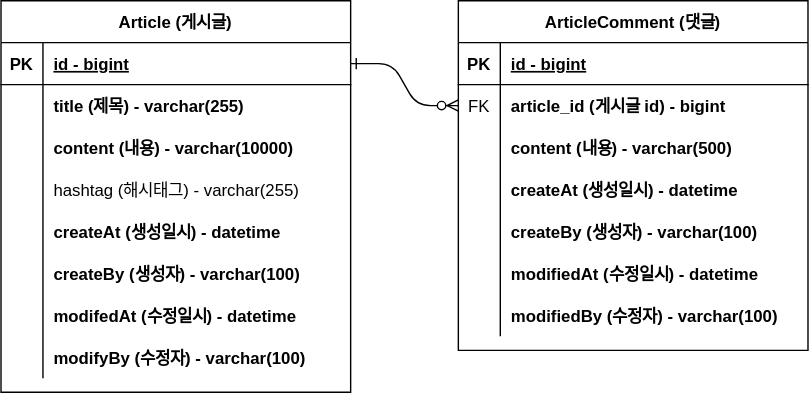
Before: document/project-board-erd.svg, a diagram exported from draw.io (mdgome/fastcampus-board-project). Source tidied: cells renumbered, new cells last; positions are measured from the earlier drawing's top-left corner, leaving out a move shared by most shapes.
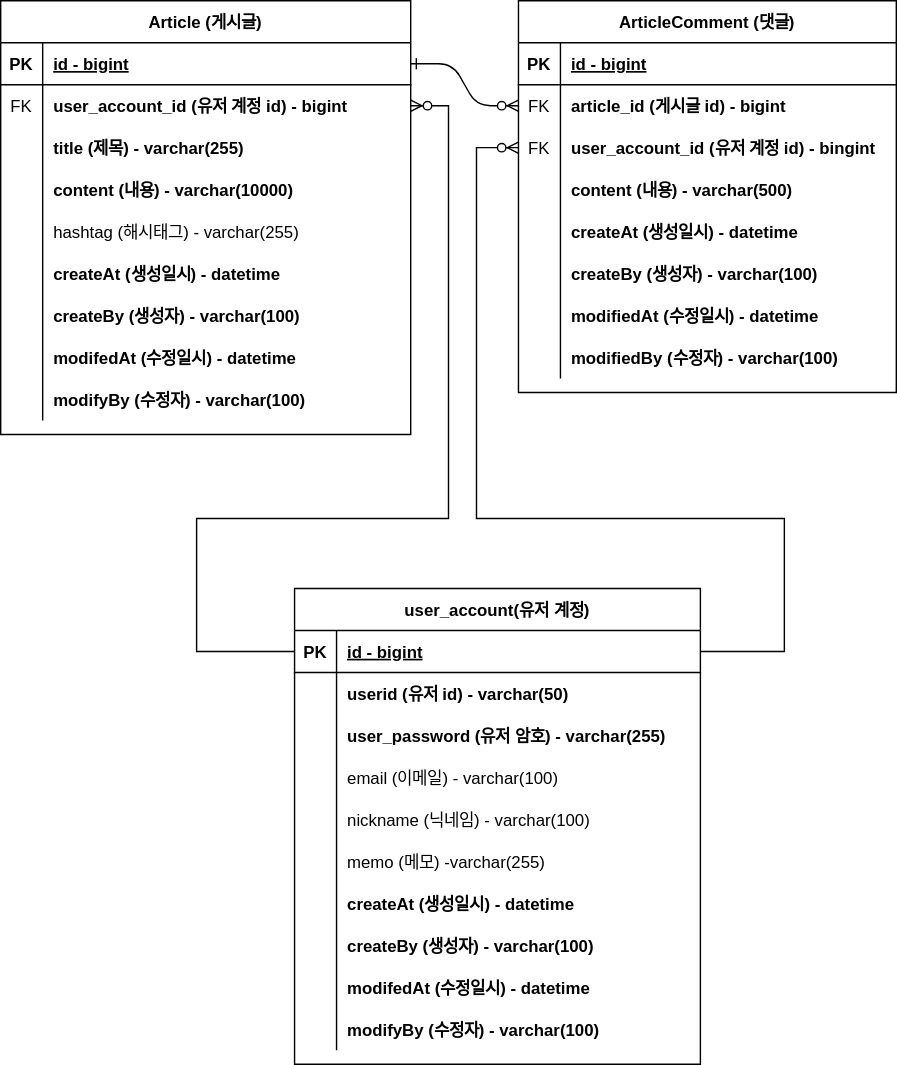
The same diagram one commit later.

Commit message:
ERD: user 정보 업데이트

What changed in the source:
```diff
@@ -8,6 +8,6 @@
     <mxCell id="3" value="ArticleComment (댓글)" style="shape=table;startSize=30;rowLines=0;fontStyle=1;align=center;" parent="1" vertex="1">
-      <mxGeometry x="327" width="250" height="250" as="geometry" />
+      <mxGeometry x="327" width="270" height="280" as="geometry" />
     </mxCell>
     <mxCell id="4" style="shape=partialRectangle;fillColor=none;top=0;left=0;right=0;bottom=1;" parent="3" vertex="1">
-      <mxGeometry y="30" width="250" height="30" as="geometry" />
+      <mxGeometry y="30" width="270" height="30" as="geometry" />
     </mxCell>
@@ -17,6 +17,6 @@
     <mxCell id="6" value="id - bigint" style="shape=partialRectangle;overflow=hidden;fillColor=none;top=0;left=0;bottom=0;right=0;align=left;spacingLeft=6;fontStyle=5;" parent="4" vertex="1">
-      <mxGeometry x="30" width="220" height="30" as="geometry" />
+      <mxGeometry x="30" width="240" height="30" as="geometry" />
     </mxCell>
     <mxCell id="7" style="shape=partialRectangle;fillColor=none;points=[[0,0.5],[1,0.5]];portConstraint=eastwest;top=0;left=0;right=0;bottom=0;" parent="3" vertex="1">
-      <mxGeometry y="60" width="250" height="30" as="geometry" />
+      <mxGeometry y="60" width="270" height="30" as="geometry" />
     </mxCell>
@@ -26,6 +26,15 @@
     <mxCell id="9" value="article_id (게시글 id) - bigint" style="shape=partialRectangle;overflow=hidden;fillColor=none;top=0;left=0;bottom=0;right=0;align=left;spacingLeft=6;fontStyle=1;" parent="7" vertex="1">
-      <mxGeometry x="30" width="220" height="30" as="geometry" />
+      <mxGeometry x="30" width="240" height="30" as="geometry" />
     </mxCell>
+    <mxCell id="50" style="shape=partialRectangle;fillColor=none;points=[[0,0.5],[1,0.5]];portConstraint=eastwest;top=0;left=0;right=0;bottom=0;" parent="3" vertex="1">
+      <mxGeometry y="90" width="270" height="30" as="geometry" />
+    </mxCell>
+    <mxCell id="51" value="FK" style="shape=partialRectangle;overflow=hidden;fillColor=none;top=0;left=0;bottom=0;right=0;" parent="50" vertex="1">
+      <mxGeometry width="30" height="30" as="geometry" />
+    </mxCell>
+    <mxCell id="52" value="user_account_id (유저 계정 id) - bingint" style="shape=partialRectangle;overflow=hidden;fillColor=none;top=0;left=0;bottom=0;right=0;align=left;spacingLeft=6;fontStyle=1;" parent="50" vertex="1">
+      <mxGeometry x="30" width="240" height="30" as="geometry" />
+    </mxCell>
     <mxCell id="10" style="shape=partialRectangle;fillColor=none;top=0;left=0;right=0;bottom=0;" parent="3" vertex="1">
-      <mxGeometry y="90" width="250" height="30" as="geometry" />
+      <mxGeometry y="120" width="270" height="30" as="geometry" />
     </mxCell>
@@ -35,6 +44,6 @@
     <mxCell id="12" value="content (내용) - varchar(500)" style="shape=partialRectangle;overflow=hidden;fillColor=none;top=0;left=0;bottom=0;right=0;align=left;spacingLeft=6;fontStyle=1;" parent="10" vertex="1">
-      <mxGeometry x="30" width="220" height="30" as="geometry" />
+      <mxGeometry x="30" width="240" height="30" as="geometry" />
     </mxCell>
     <mxCell id="13" style="shape=partialRectangle;fillColor=none;top=0;left=0;right=0;bottom=0;" parent="3" vertex="1">
-      <mxGeometry y="120" width="250" height="30" as="geometry" />
+      <mxGeometry y="150" width="270" height="30" as="geometry" />
     </mxCell>
@@ -44,6 +53,6 @@
     <mxCell id="15" value="createAt (생성일시) - datetime" style="shape=partialRectangle;overflow=hidden;fillColor=none;top=0;left=0;bottom=0;right=0;align=left;spacingLeft=6;fontStyle=1;" parent="13" vertex="1">
-      <mxGeometry x="30" width="220" height="30" as="geometry" />
+      <mxGeometry x="30" width="240" height="30" as="geometry" />
     </mxCell>
     <mxCell id="16" style="shape=partialRectangle;fillColor=none;top=0;left=0;right=0;bottom=0;" parent="3" vertex="1">
-      <mxGeometry y="150" width="250" height="30" as="geometry" />
+      <mxGeometry y="180" width="270" height="30" as="geometry" />
     </mxCell>
@@ -53,6 +62,6 @@
     <mxCell id="18" value="createBy (생성자) - varchar(100)" style="shape=partialRectangle;overflow=hidden;fillColor=none;top=0;left=0;bottom=0;right=0;align=left;spacingLeft=6;fontStyle=1;" parent="16" vertex="1">
-      <mxGeometry x="30" width="220" height="30" as="geometry" />
+      <mxGeometry x="30" width="240" height="30" as="geometry" />
     </mxCell>
     <mxCell id="19" style="shape=partialRectangle;fillColor=none;top=0;left=0;right=0;bottom=0;" parent="3" vertex="1">
-      <mxGeometry y="180" width="250" height="30" as="geometry" />
+      <mxGeometry y="210" width="270" height="30" as="geometry" />
     </mxCell>
@@ -62,6 +71,6 @@
     <mxCell id="21" value="modifiedAt (수정일시) - datetime" style="shape=partialRectangle;overflow=hidden;fillColor=none;top=0;left=0;bottom=0;right=0;align=left;spacingLeft=6;fontStyle=1;" parent="19" vertex="1">
-      <mxGeometry x="30" width="220" height="30" as="geometry" />
+      <mxGeometry x="30" width="240" height="30" as="geometry" />
     </mxCell>
     <mxCell id="22" style="shape=partialRectangle;fillColor=none;top=0;left=0;right=0;bottom=0;" parent="3" vertex="1">
-      <mxGeometry y="210" width="250" height="30" as="geometry" />
+      <mxGeometry y="240" width="270" height="30" as="geometry" />
     </mxCell>
@@ -71,9 +80,9 @@
     <mxCell id="24" value="modifiedBy (수정자) - varchar(100)" style="shape=partialRectangle;overflow=hidden;fillColor=none;top=0;left=0;bottom=0;right=0;align=left;spacingLeft=6;fontStyle=1;" parent="22" vertex="1">
-      <mxGeometry x="30" width="220" height="30" as="geometry" />
+      <mxGeometry x="30" width="240" height="30" as="geometry" />
     </mxCell>
     <mxCell id="25" value="Article (게시글)" style="shape=table;startSize=30;rowLines=0;fontStyle=1;align=center;" parent="1" vertex="1">
-      <mxGeometry width="250" height="280" as="geometry" />
+      <mxGeometry x="-43" width="293" height="310" as="geometry" />
     </mxCell>
     <mxCell id="26" style="shape=partialRectangle;fillColor=none;points=[[0,0.5],[1,0.5]];portConstraint=eastwest;top=0;left=0;right=0;bottom=1;" parent="25" vertex="1">
-      <mxGeometry y="30" width="250" height="30" as="geometry" />
+      <mxGeometry y="30" width="293" height="30" as="geometry" />
     </mxCell>
@@ -83,15 +92,24 @@
     <mxCell id="28" value="id - bigint" style="shape=partialRectangle;overflow=hidden;fillColor=none;top=0;left=0;bottom=0;right=0;align=left;spacingLeft=6;fontStyle=5;" parent="26" vertex="1">
-      <mxGeometry x="30" width="220" height="30" as="geometry" />
+      <mxGeometry x="30" width="263" height="30" as="geometry" />
     </mxCell>
     <mxCell id="29" style="shape=partialRectangle;fillColor=none;points=[[0,0.5],[1,0.5]];portConstraint=eastwest;top=0;left=0;right=0;bottom=0;" parent="25" vertex="1">
-      <mxGeometry y="60" width="250" height="30" as="geometry" />
+      <mxGeometry y="60" width="293" height="30" as="geometry" />
     </mxCell>
-    <mxCell id="30" style="shape=partialRectangle;overflow=hidden;fillColor=none;top=0;left=0;bottom=0;right=0;" parent="29" vertex="1">
+    <mxCell id="30" value="FK" style="shape=partialRectangle;overflow=hidden;fillColor=none;top=0;left=0;bottom=0;right=0;" parent="29" vertex="1">
       <mxGeometry width="30" height="30" as="geometry" />
     </mxCell>
-    <mxCell id="31" value="title (제목) - varchar(255)" style="shape=partialRectangle;overflow=hidden;fillColor=none;top=0;left=0;bottom=0;right=0;align=left;spacingLeft=6;fontStyle=1;" parent="29" vertex="1">
-      <mxGeometry x="30" width="220" height="30" as="geometry" />
+    <mxCell id="31" value="user_account_id (유저 계정 id) - bigint" style="shape=partialRectangle;overflow=hidden;fillColor=none;top=0;left=0;bottom=0;right=0;align=left;spacingLeft=6;fontStyle=1;" parent="29" vertex="1">
+      <mxGeometry x="30" width="263" height="30" as="geometry" />
     </mxCell>
+    <mxCell id="53" style="shape=partialRectangle;fillColor=none;top=0;left=0;right=0;bottom=0;" parent="25" vertex="1">
+      <mxGeometry y="90" width="293" height="30" as="geometry" />
+    </mxCell>
+    <mxCell id="54" style="shape=partialRectangle;overflow=hidden;fillColor=none;top=0;left=0;bottom=0;right=0;" parent="53" vertex="1">
+      <mxGeometry width="30" height="30" as="geometry" />
+    </mxCell>
+    <mxCell id="55" value="title (제목) - varchar(255)" style="shape=partialRectangle;overflow=hidden;fillColor=none;top=0;left=0;bottom=0;right=0;align=left;spacingLeft=6;fontStyle=1;" parent="53" vertex="1">
+      <mxGeometry x="30" width="263" height="30" as="geometry" />
+    </mxCell>
     <mxCell id="32" style="shape=partialRectangle;fillColor=none;top=0;left=0;right=0;bottom=0;" parent="25" vertex="1">
-      <mxGeometry y="90" width="250" height="30" as="geometry" />
+      <mxGeometry y="120" width="293" height="30" as="geometry" />
     </mxCell>
@@ -101,6 +119,6 @@
     <mxCell id="34" value="content (내용) - varchar(10000)" style="shape=partialRectangle;overflow=hidden;fillColor=none;top=0;left=0;bottom=0;right=0;align=left;spacingLeft=6;fontStyle=1;" parent="32" vertex="1">
-      <mxGeometry x="30" width="220" height="30" as="geometry" />
+      <mxGeometry x="30" width="263" height="30" as="geometry" />
     </mxCell>
     <mxCell id="35" style="shape=partialRectangle;fillColor=none;top=0;left=0;right=0;bottom=0;" parent="25" vertex="1">
-      <mxGeometry y="120" width="250" height="30" as="geometry" />
+      <mxGeometry y="150" width="293" height="30" as="geometry" />
     </mxCell>
@@ -110,6 +128,6 @@
     <mxCell id="37" value="hashtag (해시태그) - varchar(255)" style="shape=partialRectangle;overflow=hidden;fillColor=none;top=0;left=0;bottom=0;right=0;align=left;spacingLeft=6;" parent="35" vertex="1">
-      <mxGeometry x="30" width="220" height="30" as="geometry" />
+      <mxGeometry x="30" width="263" height="30" as="geometry" />
     </mxCell>
     <mxCell id="38" style="shape=partialRectangle;fillColor=none;top=0;left=0;right=0;bottom=0;" parent="25" vertex="1">
-      <mxGeometry y="150" width="250" height="30" as="geometry" />
+      <mxGeometry y="180" width="293" height="30" as="geometry" />
     </mxCell>
@@ -119,6 +137,6 @@
     <mxCell id="40" value="createAt (생성일시) - datetime" style="shape=partialRectangle;overflow=hidden;fillColor=none;top=0;left=0;bottom=0;right=0;align=left;spacingLeft=6;fontStyle=1;" parent="38" vertex="1">
-      <mxGeometry x="30" width="220" height="30" as="geometry" />
+      <mxGeometry x="30" width="263" height="30" as="geometry" />
     </mxCell>
     <mxCell id="41" style="shape=partialRectangle;fillColor=none;top=0;left=0;right=0;bottom=0;" parent="25" vertex="1">
-      <mxGeometry y="180" width="250" height="30" as="geometry" />
+      <mxGeometry y="210" width="293" height="30" as="geometry" />
     </mxCell>
@@ -128,6 +146,6 @@
     <mxCell id="43" value="createBy (생성자) - varchar(100)" style="shape=partialRectangle;overflow=hidden;fillColor=none;top=0;left=0;bottom=0;right=0;align=left;spacingLeft=6;fontStyle=1;" parent="41" vertex="1">
-      <mxGeometry x="30" width="220" height="30" as="geometry" />
+      <mxGeometry x="30" width="263" height="30" as="geometry" />
     </mxCell>
     <mxCell id="44" style="shape=partialRectangle;fillColor=none;top=0;left=0;right=0;bottom=0;" parent="25" vertex="1">
-      <mxGeometry y="210" width="250" height="30" as="geometry" />
+      <mxGeometry y="240" width="293" height="30" as="geometry" />
     </mxCell>
@@ -137,6 +155,6 @@
     <mxCell id="46" value="modifedAt (수정일시) - datetime" style="shape=partialRectangle;overflow=hidden;fillColor=none;top=0;left=0;bottom=0;right=0;align=left;spacingLeft=6;fontStyle=1;" parent="44" vertex="1">
-      <mxGeometry x="30" width="220" height="30" as="geometry" />
+      <mxGeometry x="30" width="263" height="30" as="geometry" />
     </mxCell>
     <mxCell id="47" style="shape=partialRectangle;fillColor=none;top=0;left=0;right=0;bottom=0;" parent="25" vertex="1">
-      <mxGeometry y="240" width="250" height="30" as="geometry" />
+      <mxGeometry y="270" width="293" height="30" as="geometry" />
     </mxCell>
@@ -146,4 +164,117 @@
     <mxCell id="49" value="modifyBy (수정자) - varchar(100)" style="shape=partialRectangle;overflow=hidden;fillColor=none;top=0;left=0;bottom=0;right=0;align=left;spacingLeft=6;fontStyle=1;" parent="47" vertex="1">
-      <mxGeometry x="30" width="220" height="30" as="geometry" />
+      <mxGeometry x="30" width="263" height="30" as="geometry" />
     </mxCell>
+    <mxCell id="56" value="user_account(유저 계정)" style="shape=table;startSize=30;rowLines=0;fontStyle=1;align=center;" parent="1" vertex="1">
+      <mxGeometry x="167" y="420" width="290" height="340" as="geometry" />
+    </mxCell>
+    <mxCell id="57" style="shape=partialRectangle;fillColor=none;points=[[0,0.5],[1,0.5]];portConstraint=eastwest;top=0;left=0;right=0;bottom=1;" parent="56" vertex="1">
+      <mxGeometry y="30" width="290" height="30" as="geometry" />
+    </mxCell>
+    <mxCell id="58" value="PK" style="shape=partialRectangle;overflow=hidden;fillColor=none;top=0;left=0;bottom=0;right=0;fontStyle=1;" parent="57" vertex="1">
+      <mxGeometry width="30" height="30" as="geometry" />
+    </mxCell>
+    <mxCell id="59" value="id - bigint" style="shape=partialRectangle;overflow=hidden;fillColor=none;top=0;left=0;bottom=0;right=0;align=left;spacingLeft=6;fontStyle=5;" parent="57" vertex="1">
+      <mxGeometry x="30" width="260" height="30" as="geometry" />
+    </mxCell>
+    <mxCell id="60" style="shape=partialRectangle;fillColor=none;top=0;left=0;right=0;bottom=0;" parent="56" vertex="1">
+      <mxGeometry y="60" width="290" height="30" as="geometry" />
+    </mxCell>
+    <mxCell id="61" style="shape=partialRectangle;overflow=hidden;fillColor=none;top=0;left=0;bottom=0;right=0;" parent="60" vertex="1">
+      <mxGeometry width="30" height="30" as="geometry" />
+    </mxCell>
+    <mxCell id="62" value="userid (유저 id) - varchar(50)" style="shape=partialRectangle;overflow=hidden;fillColor=none;top=0;left=0;bottom=0;right=0;align=left;spacingLeft=6;fontStyle=1;" parent="60" vertex="1">
+      <mxGeometry x="30" width="260" height="30" as="geometry" />
+    </mxCell>
+    <mxCell id="63" style="shape=partialRectangle;fillColor=none;top=0;left=0;right=0;bottom=0;" parent="56" vertex="1">
+      <mxGeometry y="90" width="290" height="30" as="geometry" />
+    </mxCell>
+    <mxCell id="64" style="shape=partialRectangle;overflow=hidden;fillColor=none;top=0;left=0;bottom=0;right=0;" parent="63" vertex="1">
+      <mxGeometry width="30" height="30" as="geometry" />
+    </mxCell>
+    <mxCell id="65" value="user_password (유저 암호) - varchar(255)" style="shape=partialRectangle;overflow=hidden;fillColor=none;top=0;left=0;bottom=0;right=0;align=left;spacingLeft=6;fontStyle=1;" parent="63" vertex="1">
+      <mxGeometry x="30" width="260" height="30" as="geometry" />
+    </mxCell>
+    <mxCell id="66" style="shape=partialRectangle;fillColor=none;top=0;left=0;right=0;bottom=0;" parent="56" vertex="1">
+      <mxGeometry y="120" width="290" height="30" as="geometry" />
+    </mxCell>
+    <mxCell id="67" style="shape=partialRectangle;overflow=hidden;fillColor=none;top=0;left=0;bottom=0;right=0;" parent="66" vertex="1">
+      <mxGeometry width="30" height="30" as="geometry" />
+    </mxCell>
+    <mxCell id="68" value="email (이메일) - varchar(100)" style="shape=partialRectangle;overflow=hidden;fillColor=none;top=0;left=0;bottom=0;right=0;align=left;spacingLeft=6;" parent="66" vertex="1">
+      <mxGeometry x="30" width="260" height="30" as="geometry" />
+    </mxCell>
+    <mxCell id="69" style="shape=partialRectangle;fillColor=none;top=0;left=0;right=0;bottom=0;" parent="56" vertex="1">
+      <mxGeometry y="150" width="290" height="30" as="geometry" />
+    </mxCell>
+    <mxCell id="70" style="shape=partialRectangle;overflow=hidden;fillColor=none;top=0;left=0;bottom=0;right=0;" parent="69" vertex="1">
+      <mxGeometry width="30" height="30" as="geometry" />
+    </mxCell>
+    <mxCell id="71" value="nickname (닉네임) - varchar(100)" style="shape=partialRectangle;overflow=hidden;fillColor=none;top=0;left=0;bottom=0;right=0;align=left;spacingLeft=6;" parent="69" vertex="1">
+      <mxGeometry x="30" width="260" height="30" as="geometry" />
+    </mxCell>
+    <mxCell id="72" style="shape=partialRectangle;fillColor=none;top=0;left=0;right=0;bottom=0;" parent="56" vertex="1">
+      <mxGeometry y="180" width="290" height="30" as="geometry" />
+    </mxCell>
+    <mxCell id="73" style="shape=partialRectangle;overflow=hidden;fillColor=none;top=0;left=0;bottom=0;right=0;" parent="72" vertex="1">
+      <mxGeometry width="30" height="30" as="geometry" />
+    </mxCell>
+    <mxCell id="74" value="memo (메모) -varchar(255)" style="shape=partialRectangle;overflow=hidden;fillColor=none;top=0;left=0;bottom=0;right=0;align=left;spacingLeft=6;" parent="72" vertex="1">
+      <mxGeometry x="30" width="260" height="30" as="geometry" />
+    </mxCell>
+    <mxCell id="75" style="shape=partialRectangle;fillColor=none;top=0;left=0;right=0;bottom=0;" parent="56" vertex="1">
+      <mxGeometry y="210" width="290" height="30" as="geometry" />
+    </mxCell>
+    <mxCell id="76" style="shape=partialRectangle;overflow=hidden;fillColor=none;top=0;left=0;bottom=0;right=0;" parent="75" vertex="1">
+      <mxGeometry width="30" height="30" as="geometry" />
+    </mxCell>
+    <mxCell id="77" value="createAt (생성일시) - datetime" style="shape=partialRectangle;overflow=hidden;fillColor=none;top=0;left=0;bottom=0;right=0;align=left;spacingLeft=6;fontStyle=1;" parent="75" vertex="1">
+      <mxGeometry x="30" width="260" height="30" as="geometry" />
+    </mxCell>
+    <mxCell id="78" style="shape=partialRectangle;fillColor=none;top=0;left=0;right=0;bottom=0;" parent="56" vertex="1">
+      <mxGeometry y="240" width="290" height="30" as="geometry" />
+    </mxCell>
+    <mxCell id="79" style="shape=partialRectangle;overflow=hidden;fillColor=none;top=0;left=0;bottom=0;right=0;" parent="78" vertex="1">
+      <mxGeometry width="30" height="30" as="geometry" />
+    </mxCell>
+    <mxCell id="80" value="createBy (생성자) - varchar(100)" style="shape=partialRectangle;overflow=hidden;fillColor=none;top=0;left=0;bottom=0;right=0;align=left;spacingLeft=6;fontStyle=1;" parent="78" vertex="1">
+      <mxGeometry x="30" width="260" height="30" as="geometry" />
+    </mxCell>
+    <mxCell id="81" style="shape=partialRectangle;fillColor=none;top=0;left=0;right=0;bottom=0;" parent="56" vertex="1">
+      <mxGeometry y="270" width="290" height="30" as="geometry" />
+    </mxCell>
+    <mxCell id="82" style="shape=partialRectangle;overflow=hidden;fillColor=none;top=0;left=0;bottom=0;right=0;" parent="81" vertex="1">
+      <mxGeometry width="30" height="30" as="geometry" />
+    </mxCell>
+    <mxCell id="83" value="modifedAt (수정일시) - datetime" style="shape=partialRectangle;overflow=hidden;fillColor=none;top=0;left=0;bottom=0;right=0;align=left;spacingLeft=6;fontStyle=1;" parent="81" vertex="1">
+      <mxGeometry x="30" width="260" height="30" as="geometry" />
+    </mxCell>
+    <mxCell id="84" style="shape=partialRectangle;fillColor=none;top=0;left=0;right=0;bottom=0;" parent="56" vertex="1">
+      <mxGeometry y="300" width="290" height="30" as="geometry" />
+    </mxCell>
+    <mxCell id="85" style="shape=partialRectangle;overflow=hidden;fillColor=none;top=0;left=0;bottom=0;right=0;" parent="84" vertex="1">
+      <mxGeometry width="30" height="30" as="geometry" />
+    </mxCell>
+    <mxCell id="86" value="modifyBy (수정자) - varchar(100)" style="shape=partialRectangle;overflow=hidden;fillColor=none;top=0;left=0;bottom=0;right=0;align=left;spacingLeft=6;fontStyle=1;" parent="84" vertex="1">
+      <mxGeometry x="30" width="260" height="30" as="geometry" />
+    </mxCell>
+    <mxCell id="87" style="edgeStyle=orthogonalEdgeStyle;fontSize=12;html=1;endArrow=ERzeroToMany;endFill=1;rounded=0;entryX=1;entryY=0.5;entryDx=0;entryDy=0;exitX=0;exitY=0.5;exitDx=0;exitDy=0;" parent="1" edge="1" source="57" target="29">
+      <mxGeometry relative="1" as="geometry">
+        <Array as="points">
+          <mxPoint x="97" y="465" />
+          <mxPoint x="97" y="370" />
+          <mxPoint x="277" y="370" />
+          <mxPoint x="277" y="75" />
+        </Array>
+      </mxGeometry>
+    </mxCell>
+    <mxCell id="88" style="edgeStyle=orthogonalEdgeStyle;fontSize=12;html=1;endArrow=ERzeroToMany;endFill=1;rounded=0;exitX=1;exitY=0.5;exitDx=0;exitDy=0;entryX=0;entryY=0.5;entryDx=0;entryDy=0;" parent="1" edge="1" source="57" target="50">
+      <mxGeometry relative="1" as="geometry">
+        <Array as="points">
+          <mxPoint x="517" y="465" />
+          <mxPoint x="517" y="370" />
+          <mxPoint x="297" y="370" />
+          <mxPoint x="297" y="105" />
+        </Array>
+      </mxGeometry>
+    </mxCell>
   </root>
```
